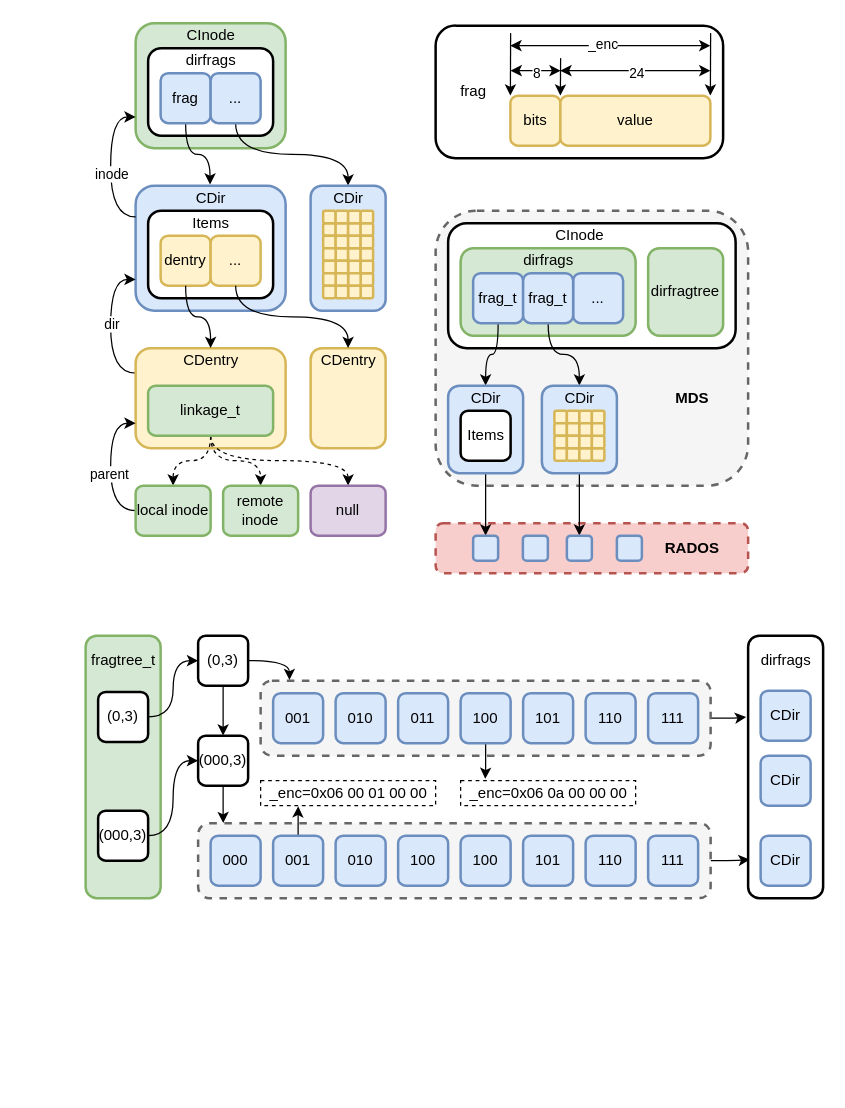
Above: page "meta" (2 of 3) of ceph/ceph-mds.drawio in EarthWind/deeparch (draw.io), before the change. Source tidied: cells renumbered, new cells numbered last; positions are measured from the earlier drawing's top-left corner, leaving out a move shared by most shapes. Both pictures are drawn from the tidied source at 125%, with x=0, y=0 at pixel (79, 22).
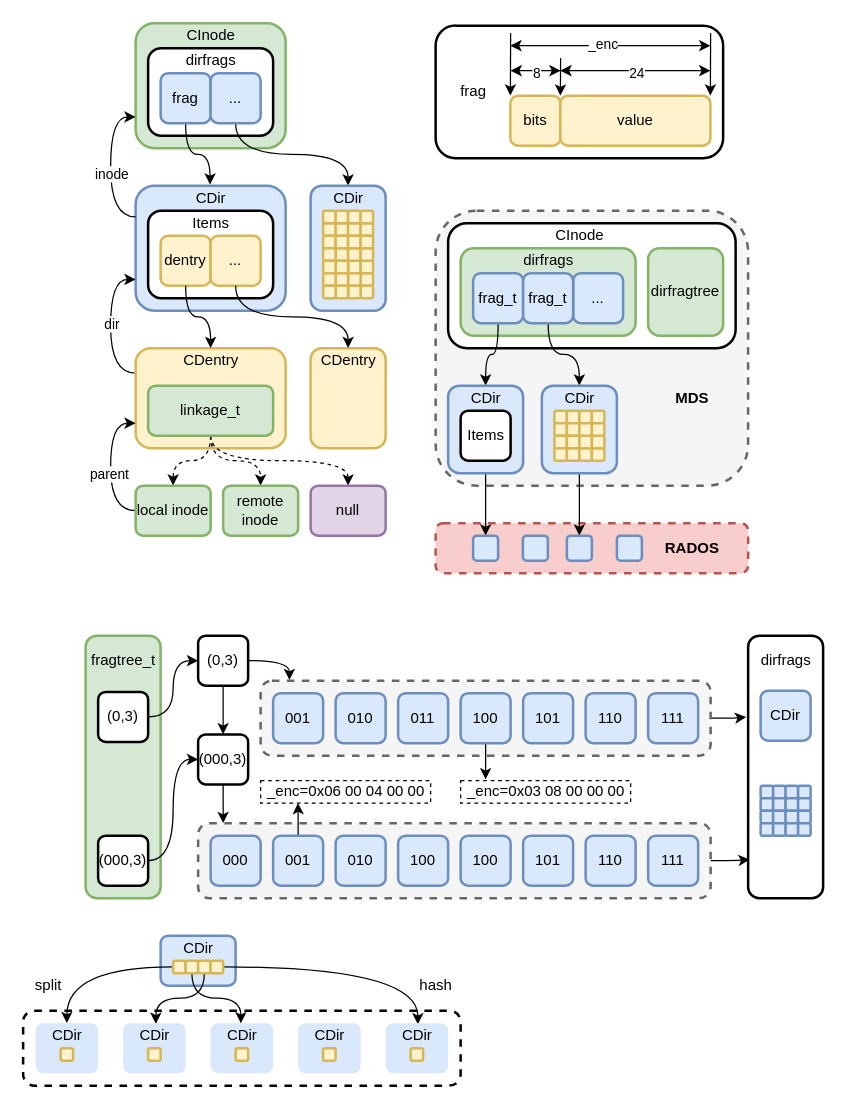
The same page after the edit.

The change refers to these unchanged cells:
```xml
<mxCell id="90" value="100" style="rounded=1;whiteSpace=wrap;html=1;sketch=0;fillWeight=1;hachureGap=4;strokeWidth=2;fillColor=#dae8fc;strokeColor=#6c8ebf;" parent="1" vertex="1">
  <mxGeometry x="305" y="536" width="40" height="40" as="geometry" />
</mxCell>
<mxCell id="96" value="001" style="rounded=1;whiteSpace=wrap;html=1;sketch=0;fillWeight=1;hachureGap=4;strokeWidth=2;fillColor=#dae8fc;strokeColor=#6c8ebf;" parent="1" vertex="1">
  <mxGeometry x="155" y="650" width="40" height="40" as="geometry" />
</mxCell>
```

The edit, as a diff of the source:
```diff
@@
+    <mxCell id="160" style="rounded=1;whiteSpace=wrap;html=1;strokeWidth=2;fillWeight=1;hachureGap=4;hachureAngle=45;sketch=0;dashed=1;" parent="1" vertex="1">
+      <mxGeometry x="-45" y="790" width="350" height="60" as="geometry" />
+    </mxCell>
@@
     <mxCell id="85" value="(000,3)" style="rounded=1;whiteSpace=wrap;html=1;sketch=0;fillWeight=1;hachureGap=4;strokeWidth=2;" parent="1" vertex="1">
-      <mxGeometry x="95" y="570" width="40" height="40" as="geometry" />
+      <mxGeometry x="95" y="569" width="40" height="40" as="geometry" />
     </mxCell>
@@
-    <mxCell id="89" style="edgeStyle=orthogonalEdgeStyle;rounded=0;sketch=0;jettySize=auto;html=1;entryX=0.141;entryY=-0.07;entryDx=0;entryDy=0;entryPerimeter=0;" parent="1" edge="1" source="90" target="159">
-      <mxGeometry relative="1" as="geometry" />
+    <mxCell id="89" style="edgeStyle=orthogonalEdgeStyle;rounded=0;sketch=0;jettySize=auto;html=1;" parent="1" edge="1" source="90">
+      <mxGeometry relative="1" as="geometry">
+        <mxPoint x="325" y="605" as="targetPoint" />
+      </mxGeometry>
     </mxCell>
@@
-    <mxCell id="95" style="edgeStyle=orthogonalEdgeStyle;rounded=0;sketch=0;jettySize=auto;html=1;entryX=0.215;entryY=1.026;entryDx=0;entryDy=0;entryPerimeter=0;" parent="1" edge="1" source="96" target="158">
+    <mxCell id="95" style="edgeStyle=orthogonalEdgeStyle;rounded=0;sketch=0;jettySize=auto;html=1;entryX=0.22;entryY=0.996;entryDx=0;entryDy=0;entryPerimeter=0;" parent="1" edge="1" source="96" target="158">
       <mxGeometry relative="1" as="geometry" />
     </mxCell>
@@
     <mxCell id="108" value="(000,3)" style="rounded=1;whiteSpace=wrap;html=1;sketch=0;fillWeight=1;hachureGap=4;strokeWidth=2;" parent="1" vertex="1">
-      <mxGeometry x="15" y="630" width="40" height="40" as="geometry" />
+      <mxGeometry x="15" y="650" width="40" height="40" as="geometry" />
     </mxCell>
@@
-    <mxCell id="112" value="CDir" style="rounded=1;whiteSpace=wrap;html=1;strokeWidth=2;fillWeight=1;hachureGap=4;hachureAngle=45;sketch=0;fillColor=#dae8fc;strokeColor=#6c8ebf;" parent="1" vertex="1">
-      <mxGeometry x="545" y="650" width="40" height="40" as="geometry" />
-    </mxCell>
@@
-    <mxCell id="157" value="CDir" style="rounded=1;whiteSpace=wrap;html=1;strokeWidth=2;fillWeight=1;hachureGap=4;hachureAngle=45;sketch=0;fillColor=#dae8fc;strokeColor=#6c8ebf;" parent="1" vertex="1">
-      <mxGeometry x="545" y="586" width="40" height="40" as="geometry" />
-    </mxCell>
-    <mxCell id="158" value="_enc=0x06 00 01 00 00" style="text;html=1;align=center;verticalAlign=middle;points=[];strokeColor=default;fillColor=none;dashed=1;" parent="1" vertex="1">
-      <mxGeometry x="145" y="606" width="140" height="20" as="geometry" />
+    <mxCell id="158" value="_enc=0x06 00 04 00 00" style="text;html=1;align=center;verticalAlign=middle;points=[];strokeColor=default;fillColor=none;dashed=1;" parent="1" vertex="1">
+      <mxGeometry x="145" y="606" width="136" height="18" as="geometry" />
     </mxCell>
-    <mxCell id="159" value="_enc=0x06 0a 00 00 00" style="text;html=1;align=center;verticalAlign=middle;points=[];strokeColor=default;fillColor=none;dashed=1;" parent="1" vertex="1">
-      <mxGeometry x="305" y="606" width="140" height="20" as="geometry" />
+    <mxCell id="159" value="_enc=0x03 08 00 00 00" style="text;html=1;align=center;verticalAlign=middle;points=[];strokeColor=default;fillColor=none;dashed=1;" parent="1" vertex="1">
+      <mxGeometry x="305" y="606" width="136" height="18" as="geometry" />
     </mxCell>
+    <mxCell id="161" style="rounded=1;whiteSpace=wrap;html=1;strokeWidth=2;fillWeight=1;hachureGap=4;hachureAngle=45;sketch=0;fillColor=#dae8fc;strokeColor=#6c8ebf;" parent="1" vertex="1">
+      <mxGeometry x="65" y="730" width="60" height="40" as="geometry" />
+    </mxCell>
+    <mxCell id="162" value="CDir" style="text;html=1;align=center;verticalAlign=middle;strokeColor=none;fillColor=none;" parent="1" vertex="1">
+      <mxGeometry x="75" y="730" width="40" height="20" as="geometry" />
+    </mxCell>
+    <mxCell id="163" style="edgeStyle=orthogonalEdgeStyle;rounded=0;sketch=0;jettySize=auto;html=1;entryX=0.5;entryY=0;entryDx=0;entryDy=0;entryPerimeter=0;curved=1;" parent="1" edge="1" source="164" target="173">
+      <mxGeometry relative="1" as="geometry" />
+    </mxCell>
+    <mxCell id="164" style="rounded=1;whiteSpace=wrap;html=1;strokeWidth=2;fillWeight=1;hachureGap=4;hachureAngle=45;sketch=0;fillColor=#fff2cc;strokeColor=#d6b656;" parent="1" vertex="1">
+      <mxGeometry x="75" y="750" width="10" height="10" as="geometry" />
+    </mxCell>
+    <mxCell id="165" style="edgeStyle=orthogonalEdgeStyle;curved=1;rounded=0;sketch=0;jettySize=auto;html=1;exitX=0.5;exitY=1;exitDx=0;exitDy=0;entryX=0.48;entryY=0.01;entryDx=0;entryDy=0;entryPerimeter=0;" parent="1" edge="1" source="166" target="180">
+      <mxGeometry relative="1" as="geometry" />
+    </mxCell>
+    <mxCell id="166" style="rounded=1;whiteSpace=wrap;html=1;strokeWidth=2;fillWeight=1;hachureGap=4;hachureAngle=45;sketch=0;fillColor=#fff2cc;strokeColor=#d6b656;" parent="1" vertex="1">
+      <mxGeometry x="85" y="750" width="10" height="10" as="geometry" />
+    </mxCell>
+    <mxCell id="167" style="edgeStyle=orthogonalEdgeStyle;curved=1;rounded=0;sketch=0;jettySize=auto;html=1;exitX=0.5;exitY=1;exitDx=0;exitDy=0;entryX=0.53;entryY=0.03;entryDx=0;entryDy=0;entryPerimeter=0;" parent="1" edge="1" source="168" target="177">
+      <mxGeometry relative="1" as="geometry" />
+    </mxCell>
+    <mxCell id="168" style="rounded=1;whiteSpace=wrap;html=1;strokeWidth=2;fillWeight=1;hachureGap=4;hachureAngle=45;sketch=0;fillColor=#fff2cc;strokeColor=#d6b656;" parent="1" vertex="1">
+      <mxGeometry x="95" y="750" width="10" height="10" as="geometry" />
+    </mxCell>
+    <mxCell id="169" style="edgeStyle=orthogonalEdgeStyle;curved=1;rounded=0;sketch=0;jettySize=auto;html=1;entryX=0.52;entryY=0.05;entryDx=0;entryDy=0;entryPerimeter=0;" parent="1" edge="1" source="170" target="186">
+      <mxGeometry relative="1" as="geometry" />
+    </mxCell>
+    <mxCell id="170" style="rounded=1;whiteSpace=wrap;html=1;strokeWidth=2;fillWeight=1;hachureGap=4;hachureAngle=45;sketch=0;fillColor=#fff2cc;strokeColor=#d6b656;" parent="1" vertex="1">
+      <mxGeometry x="105" y="750" width="10" height="10" as="geometry" />
+    </mxCell>
+    <mxCell id="171" style="rounded=1;whiteSpace=wrap;html=1;strokeWidth=2;fillWeight=1;hachureGap=4;hachureAngle=45;sketch=0;fillColor=#dae8fc;strokeColor=none;dashed=1;" parent="1" vertex="1">
+      <mxGeometry x="-35" y="800" width="50" height="40" as="geometry" />
+    </mxCell>
+    <mxCell id="172" style="rounded=1;whiteSpace=wrap;html=1;strokeWidth=2;fillWeight=1;hachureGap=4;hachureAngle=45;sketch=0;fillColor=#fff2cc;strokeColor=#d6b656;" parent="1" vertex="1">
+      <mxGeometry x="-15" y="820" width="10" height="10" as="geometry" />
+    </mxCell>
+    <mxCell id="173" value="CDir" style="text;html=1;align=center;verticalAlign=middle;points=[];strokeColor=none;fillColor=none;" parent="1" vertex="1">
+      <mxGeometry x="-30" y="800" width="40" height="20" as="geometry" />
+    </mxCell>
+    <mxCell id="174" value="split" style="text;html=1;align=center;verticalAlign=middle;strokeColor=none;fillColor=none;" parent="1" vertex="1">
+      <mxGeometry x="-45" y="760" width="40" height="20" as="geometry" />
+    </mxCell>
+    <mxCell id="175" style="rounded=1;whiteSpace=wrap;html=1;strokeWidth=2;fillWeight=1;hachureGap=4;hachureAngle=45;sketch=0;fillColor=#dae8fc;strokeColor=none;dashed=1;" parent="1" vertex="1">
+      <mxGeometry x="35" y="800" width="50" height="40" as="geometry" />
+    </mxCell>
+    <mxCell id="176" style="rounded=1;whiteSpace=wrap;html=1;strokeWidth=2;fillWeight=1;hachureGap=4;hachureAngle=45;sketch=0;fillColor=#fff2cc;strokeColor=#d6b656;" parent="1" vertex="1">
+      <mxGeometry x="55" y="820" width="10" height="10" as="geometry" />
+    </mxCell>
+    <mxCell id="177" value="CDir" style="text;html=1;align=center;verticalAlign=middle;points=[];strokeColor=none;fillColor=none;" parent="1" vertex="1">
+      <mxGeometry x="40" y="800" width="40" height="20" as="geometry" />
+    </mxCell>
+    <mxCell id="178" style="rounded=1;whiteSpace=wrap;html=1;strokeWidth=2;fillWeight=1;hachureGap=4;hachureAngle=45;sketch=0;fillColor=#dae8fc;strokeColor=none;dashed=1;" parent="1" vertex="1">
+      <mxGeometry x="105" y="800" width="50" height="40" as="geometry" />
+    </mxCell>
+    <mxCell id="179" style="rounded=1;whiteSpace=wrap;html=1;strokeWidth=2;fillWeight=1;hachureGap=4;hachureAngle=45;sketch=0;fillColor=#fff2cc;strokeColor=#d6b656;" parent="1" vertex="1">
+      <mxGeometry x="125" y="820" width="10" height="10" as="geometry" />
+    </mxCell>
+    <mxCell id="180" value="CDir" style="text;html=1;align=center;verticalAlign=middle;points=[];strokeColor=none;fillColor=none;" parent="1" vertex="1">
+      <mxGeometry x="110" y="800" width="40" height="20" as="geometry" />
+    </mxCell>
+    <mxCell id="181" style="rounded=1;whiteSpace=wrap;html=1;strokeWidth=2;fillWeight=1;hachureGap=4;hachureAngle=45;sketch=0;fillColor=#dae8fc;strokeColor=none;dashed=1;" parent="1" vertex="1">
+      <mxGeometry x="175" y="800" width="50" height="40" as="geometry" />
+    </mxCell>
+    <mxCell id="182" style="rounded=1;whiteSpace=wrap;html=1;strokeWidth=2;fillWeight=1;hachureGap=4;hachureAngle=45;sketch=0;fillColor=#fff2cc;strokeColor=#d6b656;" parent="1" vertex="1">
+      <mxGeometry x="195" y="820" width="10" height="10" as="geometry" />
+    </mxCell>
+    <mxCell id="183" value="CDir" style="text;html=1;align=center;verticalAlign=middle;strokeColor=none;fillColor=none;" parent="1" vertex="1">
+      <mxGeometry x="180" y="800" width="40" height="20" as="geometry" />
+    </mxCell>
+    <mxCell id="184" style="rounded=1;whiteSpace=wrap;html=1;strokeWidth=2;fillWeight=1;hachureGap=4;hachureAngle=45;sketch=0;fillColor=#dae8fc;strokeColor=none;dashed=1;" parent="1" vertex="1">
+      <mxGeometry x="245" y="800" width="50" height="40" as="geometry" />
+    </mxCell>
+    <mxCell id="185" style="rounded=1;whiteSpace=wrap;html=1;strokeWidth=2;fillWeight=1;hachureGap=4;hachureAngle=45;sketch=0;fillColor=#fff2cc;strokeColor=#d6b656;" parent="1" vertex="1">
+      <mxGeometry x="265" y="820" width="10" height="10" as="geometry" />
+    </mxCell>
+    <mxCell id="186" value="CDir" style="text;html=1;align=center;verticalAlign=middle;points=[];strokeColor=none;fillColor=none;" parent="1" vertex="1">
+      <mxGeometry x="250" y="800" width="40" height="20" as="geometry" />
+    </mxCell>
+    <mxCell id="187" value="hash" style="text;html=1;align=center;verticalAlign=middle;strokeColor=none;fillColor=none;" parent="1" vertex="1">
+      <mxGeometry x="265" y="760" width="40" height="20" as="geometry" />
+    </mxCell>
+    <mxCell id="188" style="rounded=1;whiteSpace=wrap;html=1;strokeWidth=2;fillWeight=1;hachureGap=4;hachureAngle=45;sketch=0;fillColor=#dae8fc;strokeColor=#6c8ebf;" parent="1" vertex="1">
+      <mxGeometry x="545" y="610" width="10" height="10" as="geometry" />
+    </mxCell>
+    <mxCell id="189" style="rounded=1;whiteSpace=wrap;html=1;strokeWidth=2;fillWeight=1;hachureGap=4;hachureAngle=45;sketch=0;fillColor=#dae8fc;strokeColor=#6c8ebf;" parent="1" vertex="1">
+      <mxGeometry x="555" y="610" width="10" height="10" as="geometry" />
+    </mxCell>
+    <mxCell id="190" style="rounded=1;whiteSpace=wrap;html=1;strokeWidth=2;fillWeight=1;hachureGap=4;hachureAngle=45;sketch=0;fillColor=#dae8fc;strokeColor=#6c8ebf;" parent="1" vertex="1">
+      <mxGeometry x="565" y="610" width="10" height="10" as="geometry" />
+    </mxCell>
+    <mxCell id="191" style="rounded=1;whiteSpace=wrap;html=1;strokeWidth=2;fillWeight=1;hachureGap=4;hachureAngle=45;sketch=0;fillColor=#dae8fc;strokeColor=#6c8ebf;" parent="1" vertex="1">
+      <mxGeometry x="575" y="610" width="10" height="10" as="geometry" />
+    </mxCell>
+    <mxCell id="192" style="rounded=1;whiteSpace=wrap;html=1;strokeWidth=2;fillWeight=1;hachureGap=4;hachureAngle=45;sketch=0;fillColor=#dae8fc;strokeColor=#6c8ebf;" parent="1" vertex="1">
+      <mxGeometry x="545" y="620" width="10" height="10" as="geometry" />
+    </mxCell>
+    <mxCell id="193" style="rounded=1;whiteSpace=wrap;html=1;strokeWidth=2;fillWeight=1;hachureGap=4;hachureAngle=45;sketch=0;fillColor=#dae8fc;strokeColor=#6c8ebf;" parent="1" vertex="1">
+      <mxGeometry x="555" y="620" width="10" height="10" as="geometry" />
+    </mxCell>
+    <mxCell id="194" style="rounded=1;whiteSpace=wrap;html=1;strokeWidth=2;fillWeight=1;hachureGap=4;hachureAngle=45;sketch=0;fillColor=#dae8fc;strokeColor=#6c8ebf;" parent="1" vertex="1">
+      <mxGeometry x="565" y="620" width="10" height="10" as="geometry" />
+    </mxCell>
+    <mxCell id="195" style="rounded=1;whiteSpace=wrap;html=1;strokeWidth=2;fillWeight=1;hachureGap=4;hachureAngle=45;sketch=0;fillColor=#dae8fc;strokeColor=#6c8ebf;" parent="1" vertex="1">
+      <mxGeometry x="575" y="620" width="10" height="10" as="geometry" />
+    </mxCell>
+    <mxCell id="196" style="rounded=1;whiteSpace=wrap;html=1;strokeWidth=2;fillWeight=1;hachureGap=4;hachureAngle=45;sketch=0;fillColor=#dae8fc;strokeColor=#6c8ebf;" parent="1" vertex="1">
+      <mxGeometry x="545" y="630" width="10" height="10" as="geometry" />
+    </mxCell>
+    <mxCell id="197" style="rounded=1;whiteSpace=wrap;html=1;strokeWidth=2;fillWeight=1;hachureGap=4;hachureAngle=45;sketch=0;fillColor=#dae8fc;strokeColor=#6c8ebf;" parent="1" vertex="1">
+      <mxGeometry x="555" y="630" width="10" height="10" as="geometry" />
+    </mxCell>
+    <mxCell id="198" style="rounded=1;whiteSpace=wrap;html=1;strokeWidth=2;fillWeight=1;hachureGap=4;hachureAngle=45;sketch=0;fillColor=#dae8fc;strokeColor=#6c8ebf;" parent="1" vertex="1">
+      <mxGeometry x="565" y="630" width="10" height="10" as="geometry" />
+    </mxCell>
+    <mxCell id="199" style="rounded=1;whiteSpace=wrap;html=1;strokeWidth=2;fillWeight=1;hachureGap=4;hachureAngle=45;sketch=0;fillColor=#dae8fc;strokeColor=#6c8ebf;" parent="1" vertex="1">
+      <mxGeometry x="575" y="630" width="10" height="10" as="geometry" />
+    </mxCell>
+    <mxCell id="200" style="rounded=1;whiteSpace=wrap;html=1;strokeWidth=2;fillWeight=1;hachureGap=4;hachureAngle=45;sketch=0;fillColor=#dae8fc;strokeColor=#6c8ebf;" parent="1" vertex="1">
+      <mxGeometry x="545" y="640" width="10" height="10" as="geometry" />
+    </mxCell>
+    <mxCell id="201" style="rounded=1;whiteSpace=wrap;html=1;strokeWidth=2;fillWeight=1;hachureGap=4;hachureAngle=45;sketch=0;fillColor=#dae8fc;strokeColor=#6c8ebf;" parent="1" vertex="1">
+      <mxGeometry x="555" y="640" width="10" height="10" as="geometry" />
+    </mxCell>
+    <mxCell id="202" style="rounded=1;whiteSpace=wrap;html=1;strokeWidth=2;fillWeight=1;hachureGap=4;hachureAngle=45;sketch=0;fillColor=#dae8fc;strokeColor=#6c8ebf;" parent="1" vertex="1">
+      <mxGeometry x="565" y="640" width="10" height="10" as="geometry" />
+    </mxCell>
+    <mxCell id="203" style="rounded=1;whiteSpace=wrap;html=1;strokeWidth=2;fillWeight=1;hachureGap=4;hachureAngle=45;sketch=0;fillColor=#dae8fc;strokeColor=#6c8ebf;" parent="1" vertex="1">
+      <mxGeometry x="575" y="640" width="10" height="10" as="geometry" />
+    </mxCell>
```
